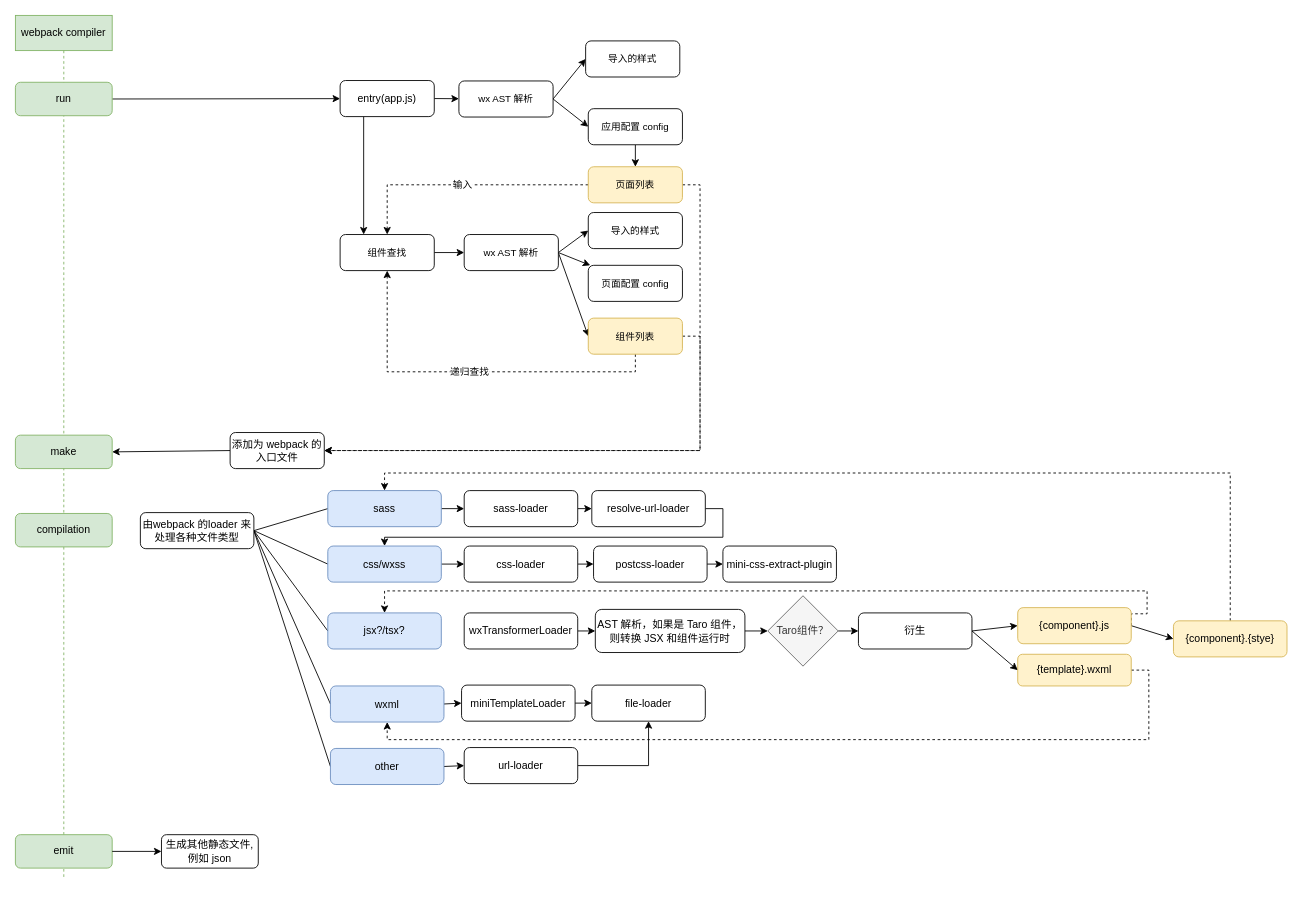
The draw.io diagram page "Taro 转译工作流" (2 of 2) of Untitled Diagram.drawio in carney520/notepad, before the edit. Source tidied: cells renumbered, new cells numbered last; positions are measured from the earlier drawing's top-left corner, leaving out a move shared by most shapes. Both pictures are drawn from the tidied source at 88%, with x=0, y=0 at pixel (15, 15).
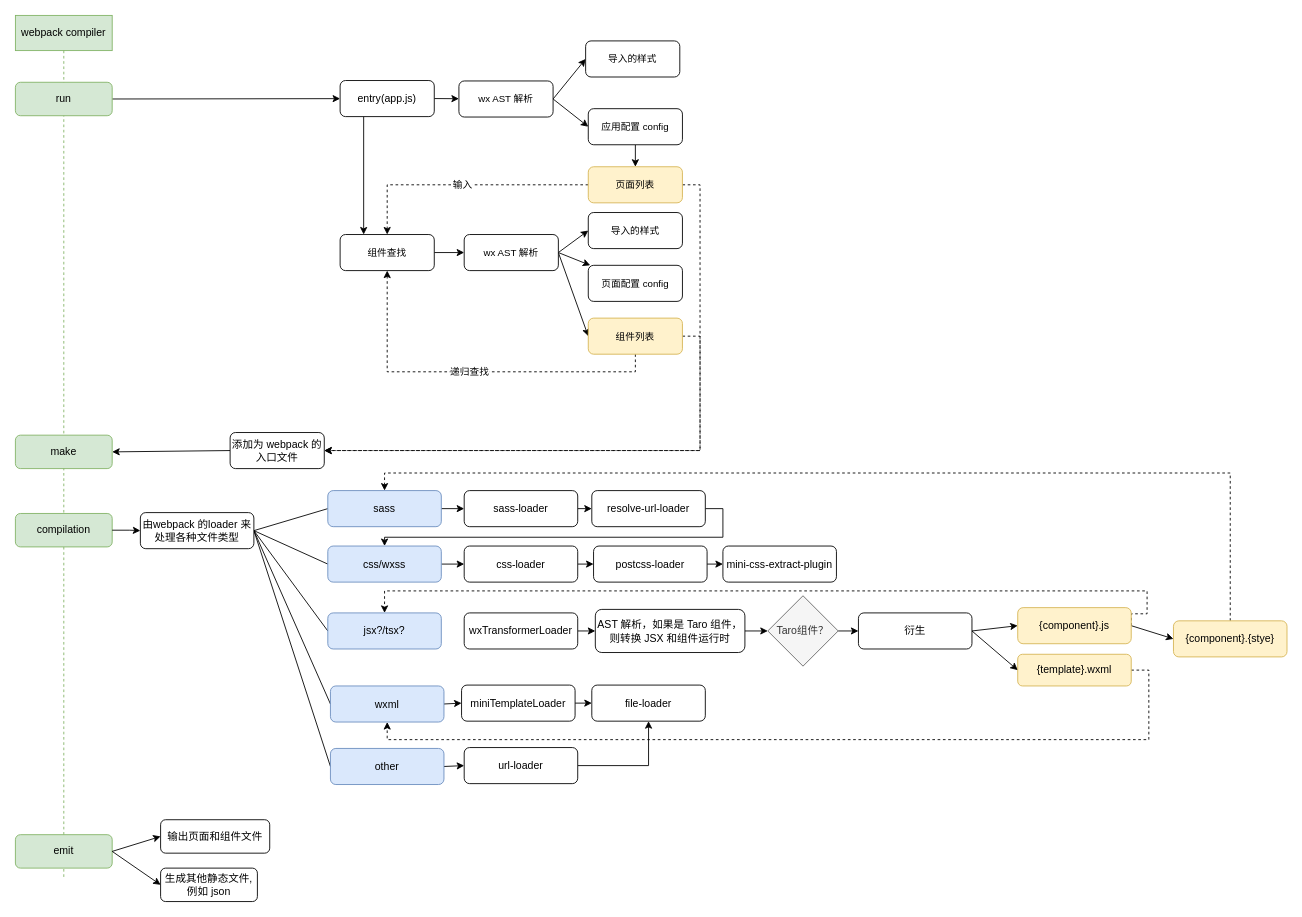
The same page after the edit.

Unchanged cells that the change refers to:
```xml
<mxCell id="3" value="compilation" style="rounded=1;whiteSpace=wrap;html=1;fillColor=#d5e8d4;strokeColor=#82b366;" parent="2" vertex="1">
  <mxGeometry y="566" width="110" height="38" as="geometry" />
</mxCell>
<mxCell id="4" value="emit" style="rounded=1;whiteSpace=wrap;html=1;fillColor=#d5e8d4;strokeColor=#82b366;" parent="2" vertex="1">
  <mxGeometry y="931" width="110" height="38" as="geometry" />
</mxCell>
<mxCell id="38" value="由webpack 的loader 来处理各种文件类型" style="rounded=1;whiteSpace=wrap;html=1;" parent="1" vertex="1">
  <mxGeometry x="142" y="565" width="129" height="41" as="geometry" />
</mxCell>
```

Change to the diagram source:
```diff
@@
     <mxCell id="78" value="生成其他静态文件, 例如 json" style="rounded=1;whiteSpace=wrap;html=1;" parent="1" vertex="1">
-      <mxGeometry x="166" y="931" width="110" height="38" as="geometry" />
+      <mxGeometry x="165" y="969" width="110" height="38" as="geometry" />
     </mxCell>
@@
+    <mxCell id="80" style="edgeStyle=orthogonalEdgeStyle;rounded=0;jettySize=auto;html=1;exitX=1;exitY=0.5;exitDx=0;exitDy=0;" parent="1" edge="1" source="3" target="38">
+      <mxGeometry relative="1" as="geometry" />
+    </mxCell>
+    <mxCell id="81" value="输出页面和组件文件" style="rounded=1;whiteSpace=wrap;html=1;" parent="1" vertex="1">
+      <mxGeometry x="165" y="914" width="124" height="38" as="geometry" />
+    </mxCell>
+    <mxCell id="82" style="rounded=0;jettySize=auto;html=1;exitX=1;exitY=0.5;exitDx=0;exitDy=0;entryX=0;entryY=0.5;entryDx=0;entryDy=0;" parent="1" edge="1" source="4" target="81">
+      <mxGeometry relative="1" as="geometry" />
+    </mxCell>
```
